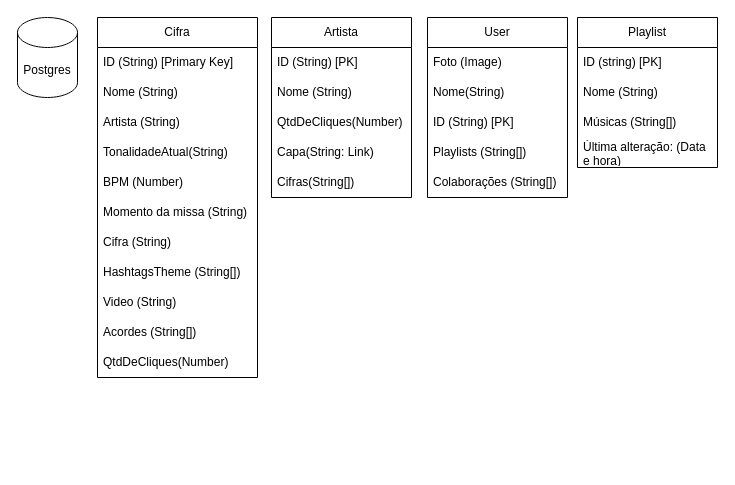
The draw.io diagram MissaCifras.drawio in mauriciomira1/MissaCifras, before the edit. Source tidied: cells renumbered, new cells numbered last; positions are measured from the earlier drawing's top-left corner, leaving out a move shared by most shapes. Both pictures are drawn from the tidied source at 100%, with x=0, y=0 at pixel (17, 17).
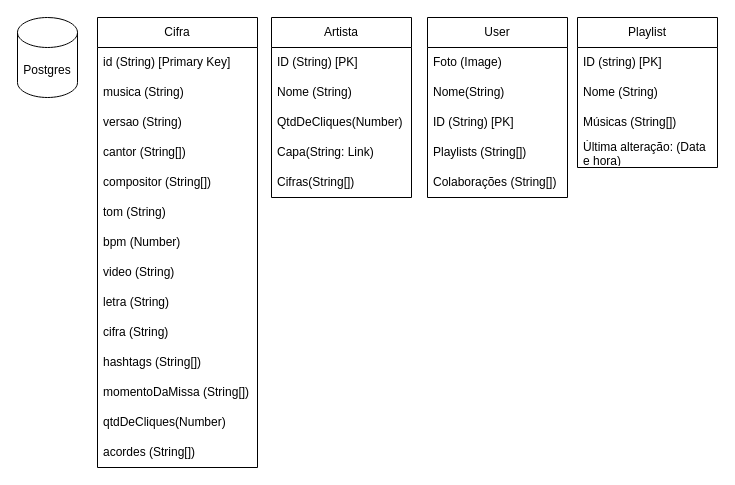
Above is the later version.

The edit, as a diff of the source:
```diff
@@
     <mxCell id="2" value="Cifra" style="swimlane;fontStyle=0;horizontal=1;startSize=30;whiteSpace=wrap;html=1;" parent="1" vertex="1">
-      <mxGeometry x="80" width="160" height="360" as="geometry" />
+      <mxGeometry x="80" width="160" height="450" as="geometry" />
     </mxCell>
-    <mxCell id="3" value="ID (String) [Primary Key]" style="text;strokeColor=none;fillColor=none;align=left;verticalAlign=middle;spacingLeft=4;spacingRight=4;overflow=hidden;whiteSpace=wrap;html=1;" parent="2" vertex="1">
+    <mxCell id="3" value="id (String) [Primary Key]" style="text;strokeColor=none;fillColor=none;align=left;verticalAlign=middle;spacingLeft=4;spacingRight=4;overflow=hidden;whiteSpace=wrap;html=1;" parent="2" vertex="1">
       <mxGeometry y="30" width="160" height="30" as="geometry" />
     </mxCell>
-    <mxCell id="4" value="Nome (String)" style="text;strokeColor=none;fillColor=none;align=left;verticalAlign=middle;spacingLeft=4;spacingRight=4;overflow=hidden;whiteSpace=wrap;html=1;" parent="2" vertex="1">
+    <mxCell id="4" value="musica (String)" style="text;strokeColor=none;fillColor=none;align=left;verticalAlign=middle;spacingLeft=4;spacingRight=4;overflow=hidden;whiteSpace=wrap;html=1;" parent="2" vertex="1">
       <mxGeometry y="60" width="160" height="30" as="geometry" />
     </mxCell>
+    <mxCell id="32" value="versao (String)" style="text;strokeColor=none;fillColor=none;align=left;verticalAlign=middle;spacingLeft=4;spacingRight=4;overflow=hidden;whiteSpace=wrap;html=1;" parent="2" vertex="1">
+      <mxGeometry y="90" width="160" height="30" as="geometry" />
+    </mxCell>
-    <mxCell id="5" value="Artista (String)" style="text;strokeColor=none;fillColor=none;align=left;verticalAlign=middle;spacingLeft=4;spacingRight=4;overflow=hidden;whiteSpace=wrap;html=1;" parent="2" vertex="1">
-      <mxGeometry y="90" width="160" height="30" as="geometry" />
+    <mxCell id="5" value="cantor (String[])" style="text;strokeColor=none;fillColor=none;align=left;verticalAlign=middle;spacingLeft=4;spacingRight=4;overflow=hidden;whiteSpace=wrap;html=1;" parent="2" vertex="1">
+      <mxGeometry y="120" width="160" height="30" as="geometry" />
     </mxCell>
+    <mxCell id="33" value="compositor (String[])" style="text;strokeColor=none;fillColor=none;align=left;verticalAlign=middle;spacingLeft=4;spacingRight=4;overflow=hidden;whiteSpace=wrap;html=1;" parent="2" vertex="1">
+      <mxGeometry y="150" width="160" height="30" as="geometry" />
+    </mxCell>
-    <mxCell id="6" value="TonalidadeAtual(String)" style="text;strokeColor=none;fillColor=none;align=left;verticalAlign=middle;spacingLeft=4;spacingRight=4;overflow=hidden;whiteSpace=wrap;html=1;" parent="2" vertex="1">
-      <mxGeometry y="120" width="160" height="30" as="geometry" />
+    <mxCell id="6" value="tom (String)" style="text;strokeColor=none;fillColor=none;align=left;verticalAlign=middle;spacingLeft=4;spacingRight=4;overflow=hidden;whiteSpace=wrap;html=1;" parent="2" vertex="1">
+      <mxGeometry y="180" width="160" height="30" as="geometry" />
     </mxCell>
-    <mxCell id="7" value="BPM (Number)" style="text;strokeColor=none;fillColor=none;align=left;verticalAlign=middle;spacingLeft=4;spacingRight=4;overflow=hidden;whiteSpace=wrap;html=1;" parent="2" vertex="1">
-      <mxGeometry y="150" width="160" height="30" as="geometry" />
+    <mxCell id="7" value="bpm (Number)" style="text;strokeColor=none;fillColor=none;align=left;verticalAlign=middle;spacingLeft=4;spacingRight=4;overflow=hidden;whiteSpace=wrap;html=1;" parent="2" vertex="1">
+      <mxGeometry y="210" width="160" height="30" as="geometry" />
     </mxCell>
+    <mxCell id="11" value="video (String)" style="text;strokeColor=none;fillColor=none;align=left;verticalAlign=middle;spacingLeft=4;spacingRight=4;overflow=hidden;whiteSpace=wrap;html=1;" parent="2" vertex="1">
+      <mxGeometry y="240" width="160" height="30" as="geometry" />
+    </mxCell>
+    <mxCell id="34" value="letra (String)" style="text;strokeColor=none;fillColor=none;align=left;verticalAlign=middle;spacingLeft=4;spacingRight=4;overflow=hidden;whiteSpace=wrap;html=1;" parent="2" vertex="1">
+      <mxGeometry y="270" width="160" height="30" as="geometry" />
+    </mxCell>
+    <mxCell id="9" value="cifra (String)" style="text;strokeColor=none;fillColor=none;align=left;verticalAlign=middle;spacingLeft=4;spacingRight=4;overflow=hidden;whiteSpace=wrap;html=1;" parent="2" vertex="1">
+      <mxGeometry y="300" width="160" height="30" as="geometry" />
+    </mxCell>
-    <mxCell id="8" value="Momento da missa (String)" style="text;strokeColor=none;fillColor=none;align=left;verticalAlign=middle;spacingLeft=4;spacingRight=4;overflow=hidden;whiteSpace=wrap;html=1;" parent="2" vertex="1">
-      <mxGeometry y="180" width="160" height="30" as="geometry" />
+    <mxCell id="8" value="hashtags (String[])" style="text;strokeColor=none;fillColor=none;align=left;verticalAlign=middle;spacingLeft=4;spacingRight=4;overflow=hidden;whiteSpace=wrap;html=1;" parent="2" vertex="1">
+      <mxGeometry y="330" width="160" height="30" as="geometry" />
     </mxCell>
-    <mxCell id="9" value="Cifra (String)" style="text;strokeColor=none;fillColor=none;align=left;verticalAlign=middle;spacingLeft=4;spacingRight=4;overflow=hidden;whiteSpace=wrap;html=1;" parent="2" vertex="1">
-      <mxGeometry y="210" width="160" height="30" as="geometry" />
-    </mxCell>
-    <mxCell id="10" value="HashtagsTheme (String[])" style="text;strokeColor=none;fillColor=none;align=left;verticalAlign=middle;spacingLeft=4;spacingRight=4;overflow=hidden;whiteSpace=wrap;html=1;" parent="2" vertex="1">
-      <mxGeometry y="240" width="160" height="30" as="geometry" />
+    <mxCell id="10" value="momentoDaMissa (String[])" style="text;strokeColor=none;fillColor=none;align=left;verticalAlign=middle;spacingLeft=4;spacingRight=4;overflow=hidden;whiteSpace=wrap;html=1;" parent="2" vertex="1">
+      <mxGeometry y="360" width="160" height="30" as="geometry" />
     </mxCell>
-    <mxCell id="11" value="Video (String)" style="text;strokeColor=none;fillColor=none;align=left;verticalAlign=middle;spacingLeft=4;spacingRight=4;overflow=hidden;whiteSpace=wrap;html=1;" parent="2" vertex="1">
-      <mxGeometry y="270" width="160" height="30" as="geometry" />
-    </mxCell>
+    <mxCell id="13" value="qtdDeCliques(Number)" style="text;strokeColor=none;fillColor=none;align=left;verticalAlign=middle;spacingLeft=4;spacingRight=4;overflow=hidden;whiteSpace=wrap;html=1;" parent="2" vertex="1">
+      <mxGeometry y="390" width="160" height="30" as="geometry" />
+    </mxCell>
-    <mxCell id="12" value="Acordes (String[])" style="text;strokeColor=none;fillColor=none;align=left;verticalAlign=middle;spacingLeft=4;spacingRight=4;overflow=hidden;whiteSpace=wrap;html=1;" parent="2" vertex="1">
-      <mxGeometry y="300" width="160" height="30" as="geometry" />
+    <mxCell id="12" value="acordes (String[])" style="text;strokeColor=none;fillColor=none;align=left;verticalAlign=middle;spacingLeft=4;spacingRight=4;overflow=hidden;whiteSpace=wrap;html=1;" parent="2" vertex="1">
+      <mxGeometry y="420" width="160" height="30" as="geometry" />
     </mxCell>
-    <mxCell id="13" value="QtdDeCliques(Number)" style="text;strokeColor=none;fillColor=none;align=left;verticalAlign=middle;spacingLeft=4;spacingRight=4;overflow=hidden;whiteSpace=wrap;html=1;" parent="2" vertex="1">
-      <mxGeometry y="330" width="160" height="30" as="geometry" />
-    </mxCell>
```
